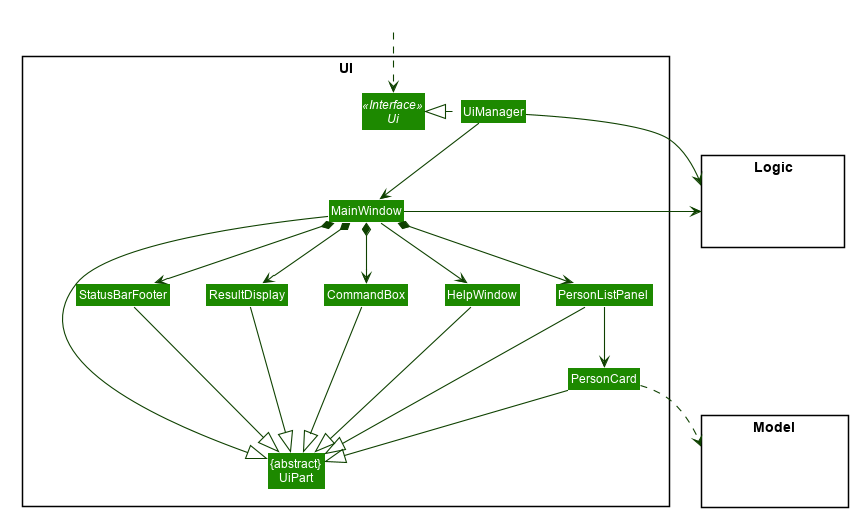
Before: docs/images/UiClassDiagram.png, a diagram exported from PlantUML (nus-cs2103-AY2021S1/tp).
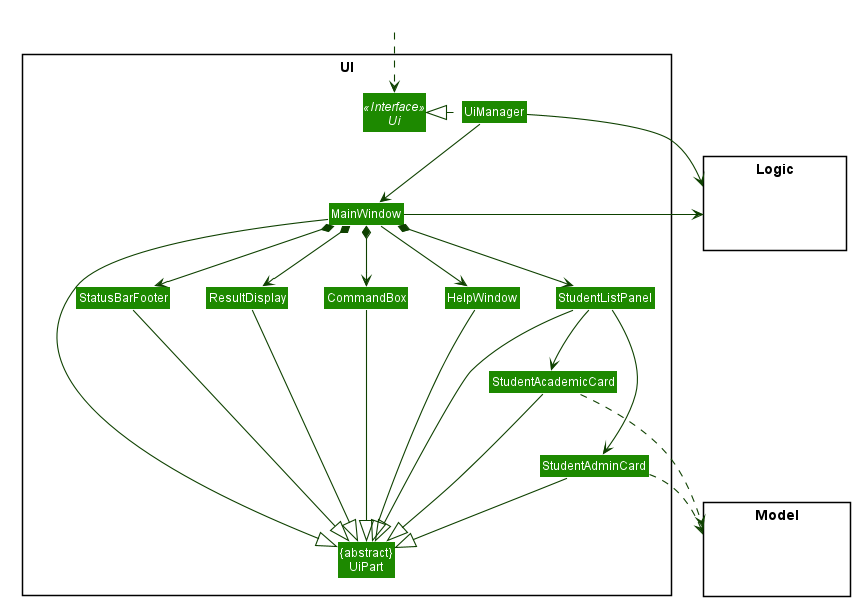
After the change.

The edit, as a diff of the source:
```diff
@@ -58,8 +58,9 @@
 Class MainWindow
 Class HelpWindow
 Class ResultDisplay
-Class PersonListPanel
-Class PersonCard
+Class StudentListPanel
+Class StudentAdminCard
+Class StudentAcademicCard
 Class StatusBarFooter
 Class CommandBox
 }
@@ -80,25 +81,30 @@
 MainWindow --> HelpWindow
 MainWindow *-down-> CommandBox
 MainWindow *-down-> ResultDisplay
-MainWindow *-down-> PersonListPanel
+MainWindow *-down-> StudentListPanel
 MainWindow *-down-> StatusBarFooter
 
-PersonListPanel -down-> PersonCard
+StudentListPanel -down-> StudentAdminCard
+StudentListPanel --> StudentAcademicCard
 
 MainWindow -left-|> UiPart
 
 ResultDisplay --|> UiPart
 CommandBox --|> UiPart
-PersonListPanel --|> UiPart
-PersonCard --|> UiPart
+StudentListPanel --|> UiPart
+StudentAdminCard --|> UiPart
+StudentAcademicCard --|> UiPart
 StatusBarFooter --|> UiPart
 HelpWindow -down-|> UiPart
 
-PersonCard ..> Model
+StudentAcademicCard ..> Model
+StudentAdminCard ..> Model
 UiManager -right-> Logic
 MainWindow -left-> Logic
 
-PersonListPanel -[hidden]left- HelpWindow
+StudentAcademicCard -[hidden]down-StudentAdminCard
+StudentAcademicCard -[hidden]down-StudentListPanel
+StudentListPanel -[hidden]left- HelpWindow
 HelpWindow -[hidden]left- CommandBox
 CommandBox -[hidden]left- ResultDisplay
 ResultDisplay -[hidden]left- StatusBarFooter
```
